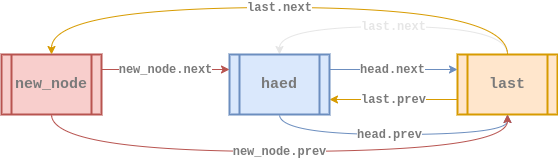
Before: assets/data-structure/linked-list/cll-doubly-insert_at4.png, a diagram exported from draw.io (euisblue/vue-blog). Source tidied: cells renumbered, new cells last; positions are measured from the earlier drawing's top-left corner, leaving out a move shared by most shapes.
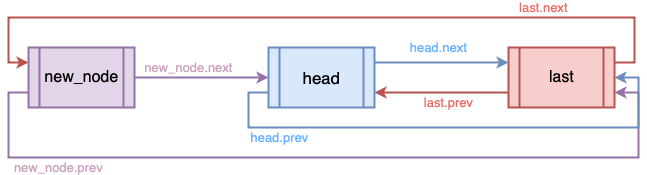
Later version of the same file.

What changed in the source:
```diff
@@ -2,55 +2,58 @@
   <root>
     <mxCell id="0" />
     <mxCell id="1" parent="0" />
-    <mxCell id="2" value="&lt;b style=&quot;color: rgb(0 , 0 , 0) ; font-size: 11px ; font-style: normal ; letter-spacing: normal ; text-align: center ; text-indent: 0px ; text-transform: none ; word-spacing: 0px ; font-family: &amp;#34;courier new&amp;#34;&quot;&gt;&lt;font color=&quot;#7a7a7a&quot; style=&quot;font-size: 12px&quot;&gt;last.prev&lt;/font&gt;&lt;/b&gt;" style="edgeStyle=none;rounded=0;sketch=0;jettySize=auto;html=1;exitX=0;exitY=0.75;exitDx=0;exitDy=0;entryX=1;entryY=0.75;entryDx=0;entryDy=0;strokeColor=#d79b00;strokeWidth=1;fillColor=#ffe6cc;" parent="1" edge="1" source="4" target="7">
-      <mxGeometry relative="1" as="geometry" />
+    <mxCell id="2" value="&lt;font color=&quot;#cda2be&quot; size=&quot;2&quot;&gt;&lt;span&gt;new_node.next&lt;/span&gt;&lt;/font&gt;" style="edgeStyle=orthogonalEdgeStyle;rounded=0;jettySize=auto;html=1;exitX=1;exitY=0.5;exitDx=0;exitDy=0;entryX=0;entryY=0.5;entryDx=0;entryDy=0;fillColor=#e1d5e7;strokeColor=#9673a6;strokeWidth=2;labelBackgroundColor=none;labelBorderColor=none;fontFamily=Helvetica;" parent="1" edge="1" source="4" target="6">
+      <mxGeometry x="-0.19" y="10" relative="1" as="geometry" />
     </mxCell>
-    <mxCell id="3" value="&lt;b style=&quot;font-size: 11px ; font-style: normal ; letter-spacing: normal ; text-align: center ; text-indent: 0px ; text-transform: none ; word-spacing: 0px ; font-family: &amp;#34;courier new&amp;#34;&quot;&gt;&lt;font style=&quot;font-size: 12px&quot; color=&quot;#e6e6e6&quot;&gt;last.next&lt;/font&gt;&lt;/b&gt;" style="edgeStyle=orthogonalEdgeStyle;rounded=0;jettySize=auto;html=1;exitX=0.5;exitY=0;exitDx=0;exitDy=0;entryX=0.5;entryY=0;entryDx=0;entryDy=0;curved=1;fillColor=#ffe6cc;strokeColor=#E6E6E6;" parent="1" edge="1" source="4" target="7">
-      <mxGeometry relative="1" as="geometry">
+    <mxCell id="3" value="&lt;span style=&quot;color: rgb(205 , 162 , 190) ; font-size: 13px&quot;&gt;new_node.prev&lt;/span&gt;" style="edgeStyle=orthogonalEdgeStyle;rounded=0;jettySize=auto;html=1;exitX=0;exitY=0.75;exitDx=0;exitDy=0;entryX=1;entryY=0.75;entryDx=0;entryDy=0;labelBackgroundColor=none;strokeWidth=2;fontFamily=Helvetica;fontColor=#666666;align=center;fillColor=#e1d5e7;strokeColor=#9673a6;" parent="1" edge="1" source="4" target="8">
+      <mxGeometry x="-0.66" y="-10" relative="1" as="geometry">
         <Array as="points">
-          <mxPoint x="506" y="19" />
-          <mxPoint x="278" y="19" />
+          <mxPoint x="436" y="92" />
+          <mxPoint x="436" y="157" />
+          <mxPoint x="1066" y="157" />
+          <mxPoint x="1066" y="92" />
         </Array>
       </mxGeometry>
     </mxCell>
-    <mxCell id="4" value="&lt;b&gt;&lt;font style=&quot;font-size: 15px ; font-style: normal&quot; face=&quot;Courier New&quot; color=&quot;#7a7a7a&quot;&gt;last&lt;/font&gt;&lt;/b&gt;" style="shape=process;whiteSpace=wrap;html=1;backgroundOutline=1;fillColor=#ffe6cc;strokeColor=#d79b00;gradientDirection=east;strokeWidth=2;shadow=0;glass=0;sketch=0;fontStyle=2;" parent="1" vertex="1">
-      <mxGeometry x="456" y="47" width="100" height="60" as="geometry" />
+    <mxCell id="4" value="&lt;font&gt;&lt;font style=&quot;font-size: 16px&quot;&gt;new_node&lt;/font&gt;&lt;br&gt;&lt;/font&gt;" style="shape=process;whiteSpace=wrap;html=1;backgroundOutline=1;strokeWidth=2;fillColor=#e1d5e7;strokeColor=#9673a6;fontStyle=0;fontFamily=Helvetica;fontSize=14;labelBackgroundColor=none;labelBorderColor=none;" parent="1" vertex="1">
+      <mxGeometry x="456" y="47" width="106" height="60" as="geometry" />
     </mxCell>
-    <mxCell id="5" value="&lt;b style=&quot;font-size: 11px ; letter-spacing: normal ; text-align: center ; text-indent: 0px ; text-transform: none ; word-spacing: 0px ; font-family: &amp;#34;courier new&amp;#34;&quot;&gt;&lt;font style=&quot;font-size: 12px&quot; color=&quot;#7a7a7a&quot;&gt;head.next&lt;/font&gt;&lt;/b&gt;" style="rounded=0;sketch=0;jettySize=auto;html=1;exitX=1;exitY=0.25;exitDx=0;exitDy=0;entryX=0;entryY=0.25;entryDx=0;entryDy=0;strokeColor=#6c8ebf;strokeWidth=1;fillColor=#dae8fc;fontStyle=0;" parent="1" edge="1" source="7" target="4">
-      <mxGeometry x="-0.01" relative="1" as="geometry" />
+    <mxCell id="5" value="&lt;span style=&quot;color: rgb(102 , 178 , 255) ; font-size: 13px&quot;&gt;head.prev&lt;/span&gt;" style="edgeStyle=orthogonalEdgeStyle;rounded=0;jettySize=auto;html=1;exitX=0;exitY=0.75;exitDx=0;exitDy=0;entryX=1;entryY=0.5;entryDx=0;entryDy=0;fillColor=#dae8fc;strokeColor=#6c8ebf;strokeWidth=2;labelBackgroundColor=none;labelBorderColor=none;fontFamily=Helvetica;align=center;" parent="1" edge="1" source="6" target="8">
+      <mxGeometry x="-0.67" y="-10" relative="1" as="geometry">
+        <Array as="points">
+          <mxPoint x="676" y="92" />
+          <mxPoint x="676" y="127" />
+          <mxPoint x="1066" y="127" />
+          <mxPoint x="1066" y="77" />
+        </Array>
+      </mxGeometry>
     </mxCell>
-    <mxCell id="6" value="&lt;b style=&quot;color: rgb(0 , 0 , 0) ; font-size: 11px ; font-style: normal ; letter-spacing: normal ; text-align: center ; text-indent: 0px ; text-transform: none ; word-spacing: 0px ; font-family: &amp;#34;courier new&amp;#34;&quot;&gt;&lt;font color=&quot;#7a7a7a&quot; style=&quot;font-size: 12px&quot;&gt;head.prev&lt;/font&gt;&lt;/b&gt;" style="edgeStyle=orthogonalEdgeStyle;rounded=0;jettySize=auto;html=1;exitX=0.5;exitY=1;exitDx=0;exitDy=0;entryX=0.5;entryY=1;entryDx=0;entryDy=0;fillColor=#dae8fc;strokeColor=#6c8ebf;curved=1;" parent="1" edge="1" source="7" target="4">
-      <mxGeometry x="-0.03" relative="1" as="geometry">
-        <Array as="points">
-          <mxPoint x="278" y="127" />
-          <mxPoint x="506" y="127" />
-        </Array>
-      </mxGeometry>
+    <mxCell id="6" value="&lt;font&gt;&lt;font style=&quot;font-size: 17px&quot;&gt;head&lt;/font&gt;&lt;br&gt;&lt;/font&gt;" style="shape=process;whiteSpace=wrap;html=1;backgroundOutline=1;strokeWidth=2;fillColor=#dae8fc;strokeColor=#6c8ebf;fontStyle=0;fontFamily=Helvetica;fontSize=14;labelBackgroundColor=none;labelBorderColor=none;" parent="1" vertex="1">
+      <mxGeometry x="696" y="47" width="106" height="60" as="geometry" />
     </mxCell>
-    <mxCell id="7" value="&lt;div&gt;&lt;font color=&quot;#7a7a7a&quot; face=&quot;courier new&quot; style=&quot;font-size: 15px&quot;&gt;haed&lt;/font&gt;&lt;/div&gt;" style="shape=process;whiteSpace=wrap;html=1;backgroundOutline=1;fillColor=#dae8fc;strokeColor=#6c8ebf;gradientDirection=east;strokeWidth=2;shadow=0;glass=0;align=center;sketch=0;fontStyle=1;" parent="1" vertex="1">
-      <mxGeometry x="228" y="47" width="100" height="60" as="geometry" />
+    <mxCell id="7" value="&lt;span style=&quot;color: rgb(234 , 107 , 102)&quot;&gt;&lt;font style=&quot;font-size: 13px&quot;&gt;last.prev&lt;/font&gt;&lt;/span&gt;" style="edgeStyle=orthogonalEdgeStyle;rounded=0;jettySize=auto;html=1;exitX=0;exitY=0.75;exitDx=0;exitDy=0;entryX=1;entryY=0.75;entryDx=0;entryDy=0;labelBackgroundColor=none;strokeWidth=2;fontFamily=Helvetica;fontColor=#666666;align=center;fillColor=#f8cecc;strokeColor=#b85450;" parent="1" edge="1" source="8" target="6">
+      <mxGeometry x="-0.1" y="10" relative="1" as="geometry" />
     </mxCell>
-    <mxCell id="8" value="&lt;font color=&quot;#7a7a7a&quot; face=&quot;courier new&quot;&gt;&lt;span style=&quot;font-size: 12px&quot;&gt;&lt;b&gt;new_node.next&lt;/b&gt;&lt;/span&gt;&lt;/font&gt;" style="edgeStyle=orthogonalEdgeStyle;curved=1;rounded=0;jettySize=auto;html=1;exitX=1;exitY=0.25;exitDx=0;exitDy=0;entryX=0;entryY=0.25;entryDx=0;entryDy=0;fillColor=#f8cecc;strokeColor=#b85450;" parent="1" edge="1" source="10" target="7">
-      <mxGeometry relative="1" as="geometry" />
+    <mxCell id="8" value="&lt;font&gt;&lt;font style=&quot;font-size: 16px&quot;&gt;last&lt;/font&gt;&lt;br&gt;&lt;/font&gt;" style="shape=process;whiteSpace=wrap;html=1;backgroundOutline=1;strokeWidth=2;fillColor=#f8cecc;strokeColor=#b85450;fontStyle=0;fontFamily=Helvetica;fontSize=14;labelBackgroundColor=none;labelBorderColor=none;" parent="1" vertex="1">
+      <mxGeometry x="936" y="47" width="106" height="60" as="geometry" />
     </mxCell>
-    <mxCell id="9" value="&lt;b style=&quot;color: rgb(0 , 0 , 0) ; font-size: 11px ; font-style: normal ; letter-spacing: normal ; text-align: center ; text-indent: 0px ; text-transform: none ; word-spacing: 0px ; font-family: &amp;#34;courier new&amp;#34;&quot;&gt;&lt;font color=&quot;#7a7a7a&quot; style=&quot;font-size: 12px&quot;&gt;new_node.prev&lt;/font&gt;&lt;/b&gt;" style="edgeStyle=orthogonalEdgeStyle;curved=1;rounded=0;jettySize=auto;html=1;exitX=0.5;exitY=1;exitDx=0;exitDy=0;entryX=0.5;entryY=1;entryDx=0;entryDy=0;strokeColor=#b85450;fillColor=#f8cecc;" parent="1" edge="1" source="10" target="4">
-      <mxGeometry relative="1" as="geometry">
+    <mxCell id="9" value="&lt;span style=&quot;color: rgb(102 , 178 , 255) ; font-size: 13px&quot;&gt;head.next&lt;/span&gt;" style="edgeStyle=orthogonalEdgeStyle;rounded=0;jettySize=auto;html=1;exitX=1;exitY=0.25;exitDx=0;exitDy=0;entryX=0;entryY=0.25;entryDx=0;entryDy=0;labelBackgroundColor=none;strokeWidth=2;fontFamily=Helvetica;fontColor=#666666;align=center;fillColor=#dae8fc;strokeColor=#6c8ebf;" parent="1" edge="1" source="6" target="8">
+      <mxGeometry x="-0.04" y="15" relative="1" as="geometry">
         <Array as="points">
-          <mxPoint x="50" y="144" />
-          <mxPoint x="506" y="144" />
+          <mxPoint x="856" y="62" />
+          <mxPoint x="856" y="62" />
         </Array>
       </mxGeometry>
     </mxCell>
-    <mxCell id="10" value="&lt;div&gt;&lt;font color=&quot;#7a7a7a&quot; face=&quot;courier new&quot;&gt;&lt;span style=&quot;font-size: 15px&quot;&gt;new_node&lt;/span&gt;&lt;/font&gt;&lt;/div&gt;" style="shape=process;whiteSpace=wrap;html=1;backgroundOutline=1;fillColor=#f8cecc;strokeColor=#b85450;gradientDirection=east;strokeWidth=2;shadow=0;glass=0;align=center;sketch=0;fontStyle=1;" parent="1" vertex="1">
-      <mxGeometry y="47" width="100" height="60" as="geometry" />
+    <mxCell id="10" value="&lt;span style=&quot;color: rgb(234 , 107 , 102) ; font-size: 13px&quot;&gt;last.next&lt;/span&gt;" style="edgeStyle=orthogonalEdgeStyle;rounded=0;jettySize=auto;html=1;exitX=1;exitY=0.25;exitDx=0;exitDy=0;labelBackgroundColor=none;strokeWidth=2;fontFamily=Helvetica;fontColor=#666666;align=center;fillColor=#f8cecc;strokeColor=#b85450;entryX=0;entryY=0.25;entryDx=0;entryDy=0;" parent="1" edge="1" source="8" target="4">
+      <mxGeometry x="-0.59" y="-10" relative="1" as="geometry">
+        <Array as="points">
+          <mxPoint x="1062" y="62" />
+          <mxPoint x="1062" y="17" />
+          <mxPoint x="436" y="17" />
+          <mxPoint x="436" y="62" />
+        </Array>
+      </mxGeometry>
     </mxCell>
-    <mxCell id="11" value="&lt;b style=&quot;color: rgb(0 , 0 , 0) ; font-size: 11px ; font-style: normal ; letter-spacing: normal ; text-align: center ; text-indent: 0px ; text-transform: none ; word-spacing: 0px ; font-family: &amp;#34;courier new&amp;#34;&quot;&gt;&lt;font color=&quot;#7a7a7a&quot; style=&quot;font-size: 12px&quot;&gt;last.next&lt;/font&gt;&lt;/b&gt;" style="edgeStyle=orthogonalEdgeStyle;rounded=0;jettySize=auto;html=1;exitX=0.5;exitY=0;exitDx=0;exitDy=0;entryX=0.5;entryY=0;entryDx=0;entryDy=0;strokeColor=#d79b00;curved=1;fillColor=#ffe6cc;" parent="1" edge="1" source="4" target="10">
-      <mxGeometry relative="1" as="geometry">
-        <Array as="points">
-          <mxPoint x="506" />
-          <mxPoint x="50" />
-        </Array>
-      </mxGeometry>
-    </mxCell>
   </root>
 </mxGraphModel>
```
